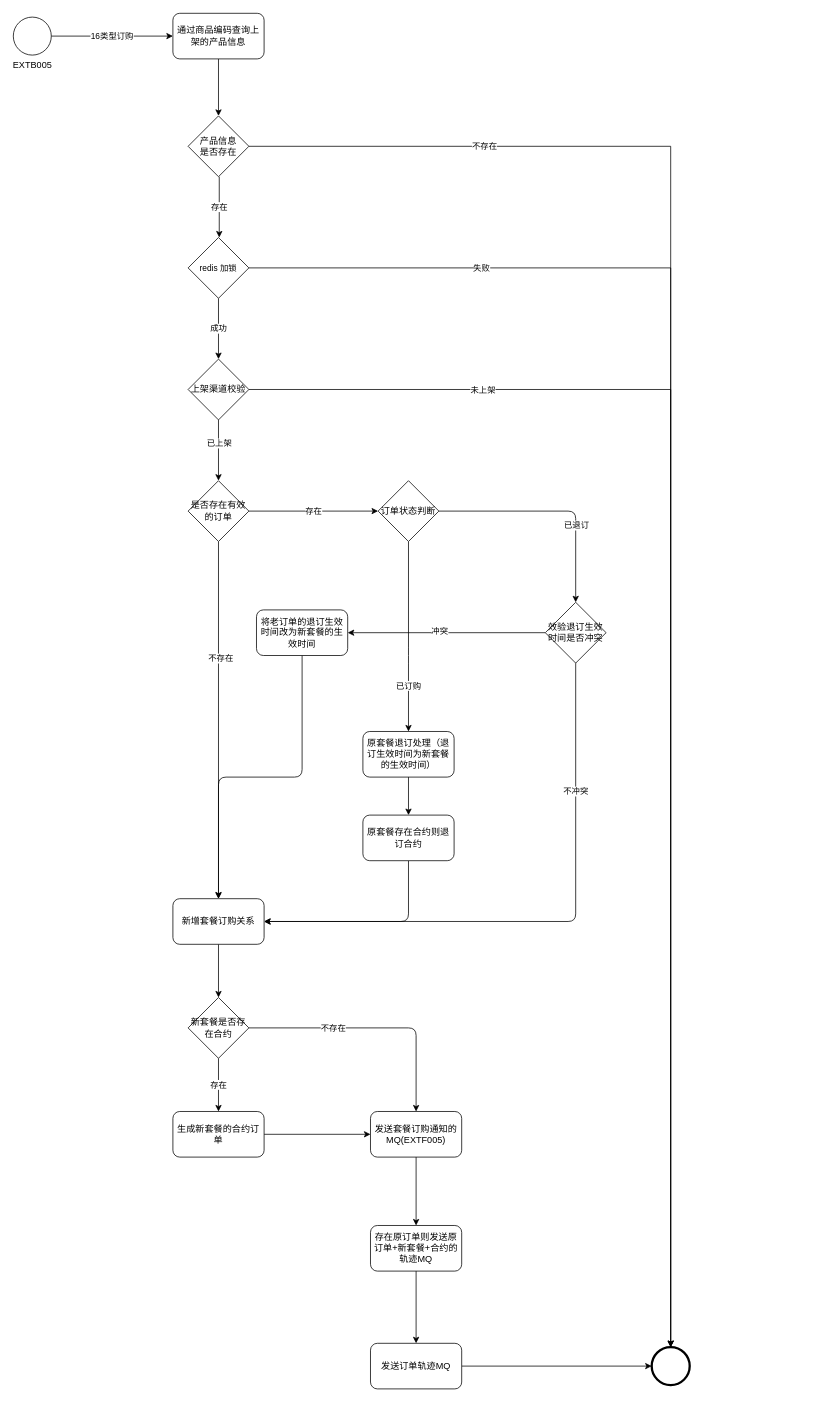
This is 套餐+权益.drawio from moshan123/draw, a draw.io file, before an edit. Source tidied: cells renumbered, new cells numbered last; positions are measured from the earlier drawing's top-left corner, leaving out a move shared by most shapes. Both pictures are drawn from the tidied source at 76%, with x=0, y=0 at pixel (13, 13).
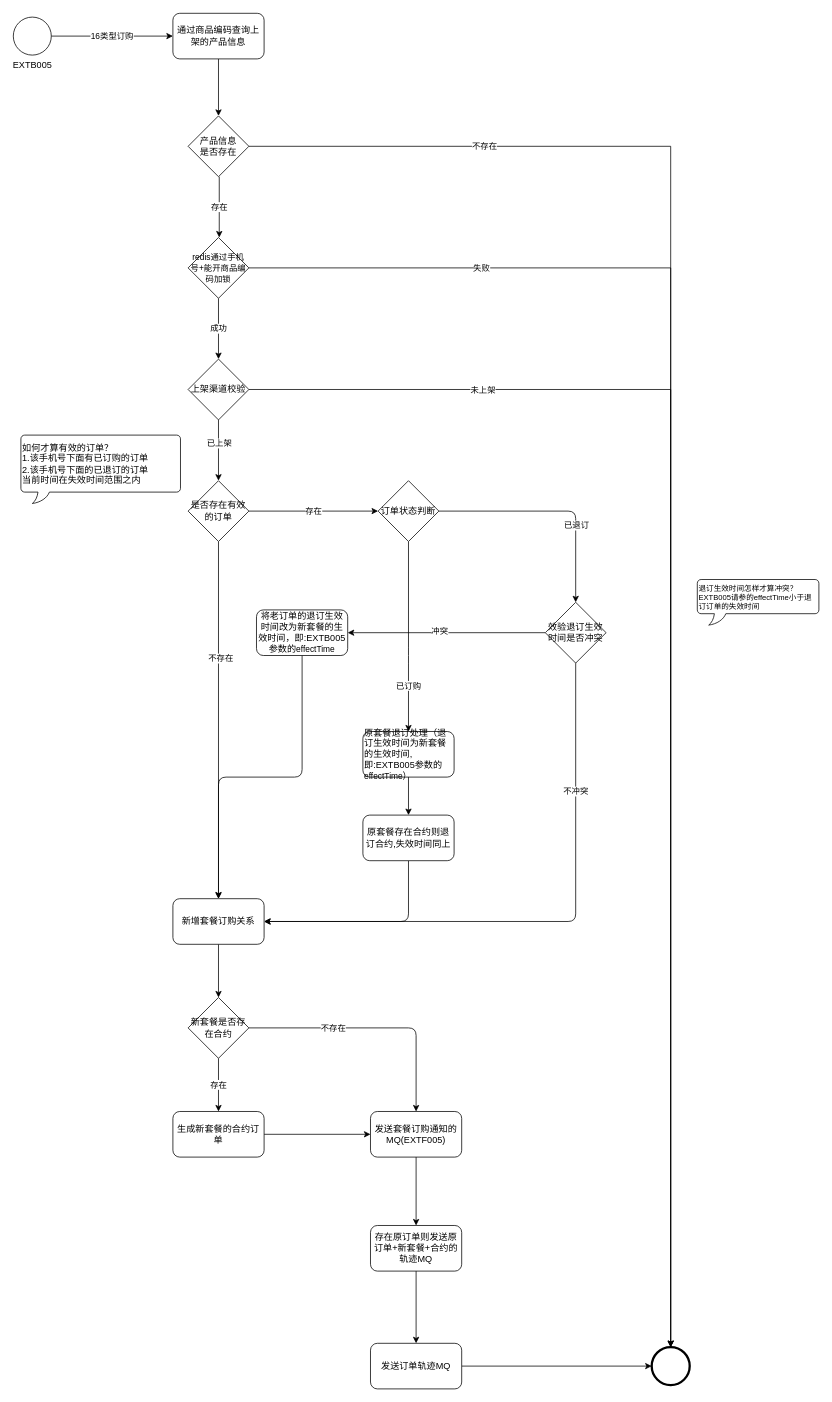
Above is the later version.

Diff of the diagram source:
```diff
@@
-    <mxCell id="12" value="&lt;span style=&quot;font-size: 11px ; background-color: rgb(255 , 255 , 255)&quot;&gt;redis 加锁&lt;/span&gt;" style="rhombus;whiteSpace=wrap;html=1;" parent="1" vertex="1">
+    <mxCell id="12" value="&lt;span style=&quot;font-size: 11px;&quot;&gt;redis通过手机号+能开商品编码加锁&lt;/span&gt;" style="rhombus;whiteSpace=wrap;html=1;labelBackgroundColor=none;" parent="1" vertex="1">
       <mxGeometry x="230" y="295" width="80" height="80" as="geometry" />
     </mxCell>
@@
-    <mxCell id="33" value="原套餐退订处理（退订生效时间为新套餐的生效时间）" style="rounded=1;whiteSpace=wrap;html=1;sketch=0;" parent="1" vertex="1">
+    <mxCell id="33" value="原套餐退订处理（退订生效时间为新套餐的生效时间,即:EXTB005&lt;span&gt;参数的&lt;/span&gt;&lt;span lang=&quot;EN-US&quot; style=&quot;font-size: 11px ; font-family: &amp;#34;calibri&amp;#34; , sans-serif&quot;&gt;effectTime&lt;/span&gt;）" style="rounded=1;whiteSpace=wrap;html=1;sketch=0;align=left;" parent="1" vertex="1">
       <mxGeometry x="460" y="945" width="120" height="60" as="geometry" />
     </mxCell>
@@
-    <mxCell id="35" value="原套餐存在合约则退订合约" style="rounded=1;whiteSpace=wrap;html=1;sketch=0;" parent="1" vertex="1">
+    <mxCell id="35" value="原套餐存在合约则退订合约,失效时间同上" style="rounded=1;whiteSpace=wrap;html=1;sketch=0;" parent="1" vertex="1">
       <mxGeometry x="460" y="1055" width="120" height="60" as="geometry" />
     </mxCell>
@@
-    <mxCell id="37" value="将老订单的退订生效时间改为新套餐的生效时间" style="rounded=1;whiteSpace=wrap;html=1;sketch=0;" parent="1" vertex="1">
+    <mxCell id="37" value="将老订单的退订生效时间改为新套餐的生效时间，即:&lt;span style=&quot;text-align: left&quot;&gt;EXTB005参数的&lt;/span&gt;&lt;span lang=&quot;EN-US&quot; style=&quot;font-size: 11px ; text-align: left ; font-family: &amp;#34;calibri&amp;#34; , sans-serif&quot;&gt;effectTime&lt;/span&gt;" style="rounded=1;whiteSpace=wrap;html=1;sketch=0;" parent="1" vertex="1">
       <mxGeometry x="320" y="785" width="120" height="60" as="geometry" />
     </mxCell>
@@
+    <mxCell id="49" value="&lt;span&gt;如何才算有效的订单？&lt;/span&gt;&lt;br&gt;&lt;span&gt;1.该手机号下面有已订购的订单&lt;/span&gt;&lt;br&gt;&lt;span&gt;2.该手机号下面的已退订的订单&lt;br&gt;当前时间在失效时间范围之内&lt;br&gt;&lt;/span&gt;" style="whiteSpace=wrap;html=1;shape=mxgraph.basic.roundRectCallout;dx=30;dy=15;size=5;boundedLbl=1;labelBackgroundColor=none;align=left;" parent="1" vertex="1">
+      <mxGeometry x="10" y="555" width="210" height="90" as="geometry" />
+    </mxCell>
+    <mxCell id="50" value="&lt;font style=&quot;font-size: 10px&quot;&gt;退订生效时间怎样才算冲突？&lt;br style=&quot;font-size: 10px&quot;&gt;EXTB005请参的&lt;span style=&quot;font-family: &amp;#34;calibri&amp;#34; , sans-serif ; font-size: 10px&quot;&gt;effectTime小于退订订单的失效时间&lt;/span&gt;&lt;/font&gt;" style="whiteSpace=wrap;html=1;shape=mxgraph.basic.roundRectCallout;dx=30;dy=15;size=5;boundedLbl=1;labelBackgroundColor=none;align=left;fontSize=8;" parent="1" vertex="1">
+      <mxGeometry x="900" y="745" width="160" height="60" as="geometry" />
+    </mxCell>
```
